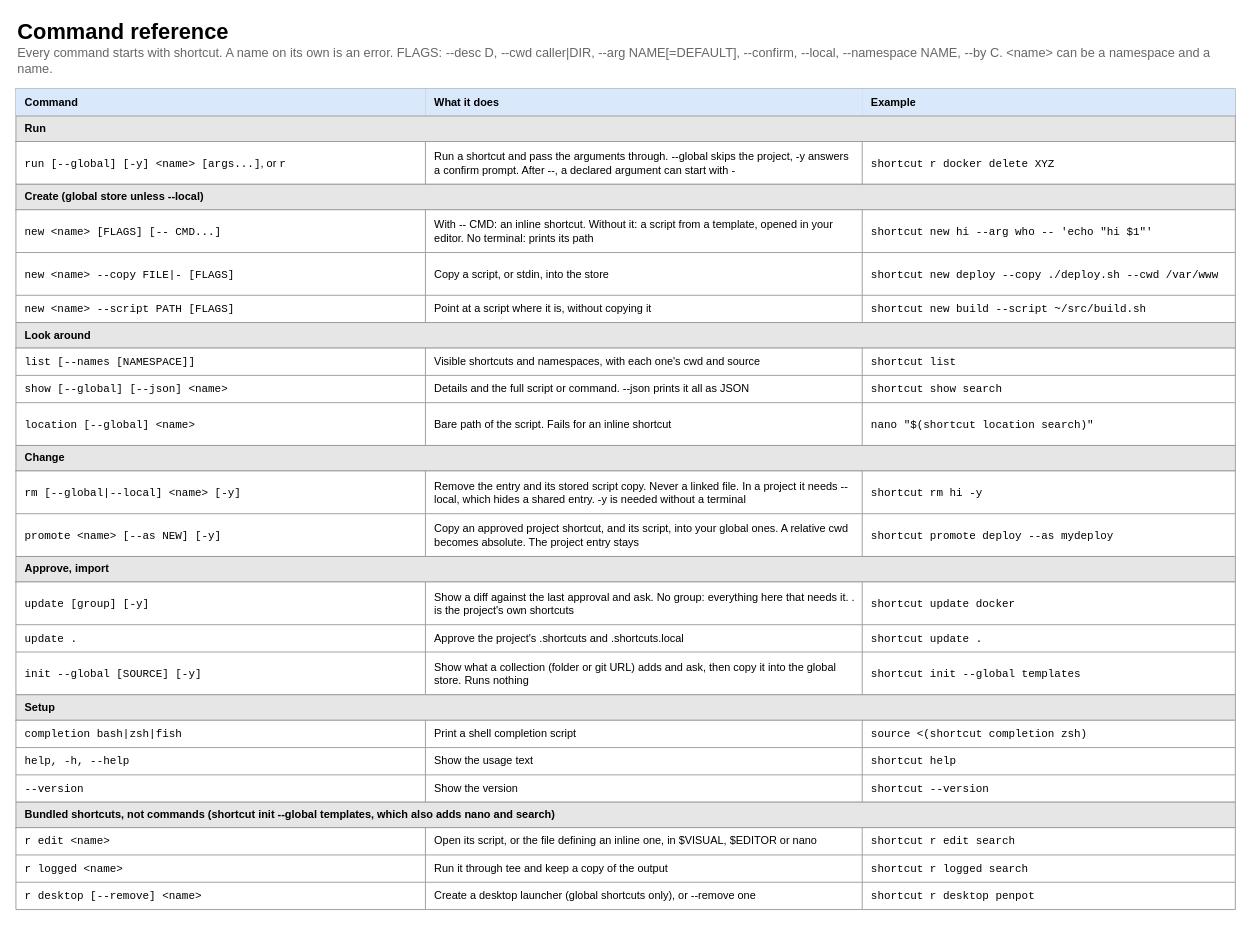
Earlier version of the draw.io diagram page "4 Commands" (4 of 5) of docs/shortcut-overview.drawio (StanLukuvka/Shortcut). Source tidied: cells renumbered, new cells numbered last; positions are measured from the earlier drawing's top-left corner, leaving out a move shared by most shapes. Both pictures are drawn from the tidied source at 91%, with x=0, y=0 at pixel (15, 15).
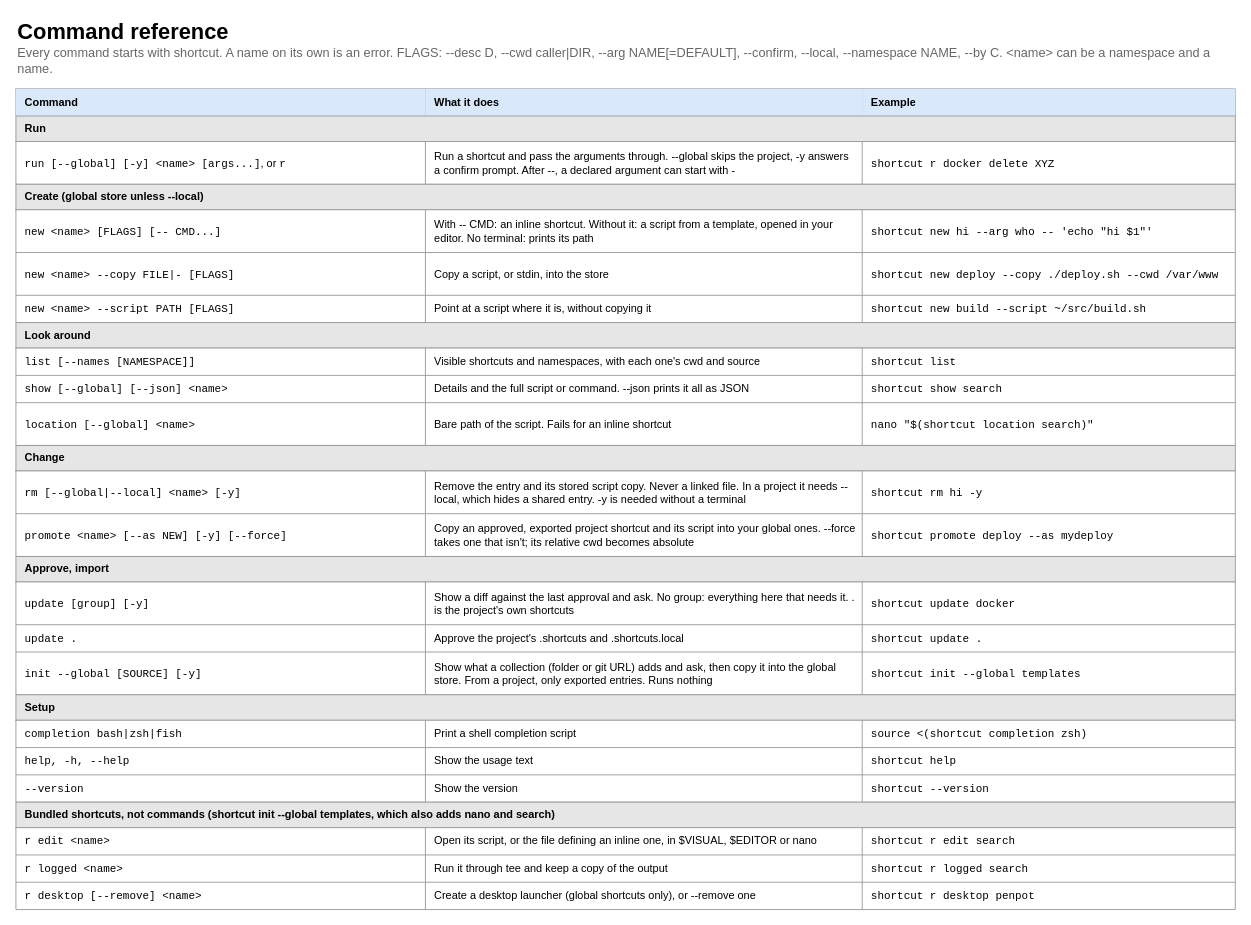
The same diagram, later.

Commit message (it also covers changes not shown here):
Add export to project entries, and use it in init and promote

The change refers to these unchanged cells:
```xml
<mxCell id="49" style="shape=tableRow;horizontal=0;startSize=0;swimlaneHead=0;swimlaneBody=0;strokeColor=inherit;top=0;left=0;bottom=0;right=0;fillColor=none;html=1;" parent="44" vertex="1">
  <mxGeometry y="47" width="1340" height="47" as="geometry" />
</mxCell>
<mxCell id="63" style="shape=tableRow;horizontal=0;startSize=0;swimlaneHead=0;swimlaneBody=0;strokeColor=inherit;top=0;left=0;bottom=0;right=0;fillColor=none;html=1;" parent="54" vertex="1">
  <mxGeometry y="77" width="1340" height="47" as="geometry" />
</mxCell>
```

Change to the diagram source:
```diff
@@
-    <mxCell id="50" value="&lt;font face=&quot;monospace&quot;&gt;promote &amp;lt;name&amp;gt; [--as NEW] [-y]&lt;/font&gt;" style="shape=partialRectangle;html=1;whiteSpace=wrap;strokeColor=inherit;overflow=hidden;fillColor=none;top=0;left=0;bottom=0;right=0;align=left;verticalAlign=middle;spacingLeft=8;spacingRight=6;fontSize=12;" parent="49" vertex="1">
+    <mxCell id="50" value="&lt;font face=&quot;monospace&quot;&gt;promote &amp;lt;name&amp;gt; [--as NEW] [-y] [--force]&lt;/font&gt;" style="shape=partialRectangle;html=1;whiteSpace=wrap;strokeColor=inherit;overflow=hidden;fillColor=none;top=0;left=0;bottom=0;right=0;align=left;verticalAlign=middle;spacingLeft=8;spacingRight=6;fontSize=12;" parent="49" vertex="1">
       <mxGeometry width="450" height="47" as="geometry" />
     </mxCell>
-    <mxCell id="51" value="Copy an approved project shortcut, and its script, into your global ones. A relative cwd becomes absolute. The project entry stays" style="shape=partialRectangle;html=1;whiteSpace=wrap;strokeColor=inherit;overflow=hidden;fillColor=none;top=0;left=0;bottom=0;right=0;align=left;verticalAlign=middle;spacingLeft=8;spacingRight=6;fontSize=12;" parent="49" vertex="1">
+    <mxCell id="51" value="Copy an approved, exported project shortcut and its script into your global ones. --force takes one that isn't; its relative cwd becomes absolute" style="shape=partialRectangle;html=1;whiteSpace=wrap;strokeColor=inherit;overflow=hidden;fillColor=none;top=0;left=0;bottom=0;right=0;align=left;verticalAlign=middle;spacingLeft=8;spacingRight=6;fontSize=12;" parent="49" vertex="1">
       <mxGeometry x="450" width="480" height="47" as="geometry" />
     </mxCell>
@@
-    <mxCell id="65" value="Show what a collection (folder or git URL) adds and ask, then copy it into the global store. Runs nothing" style="shape=partialRectangle;html=1;whiteSpace=wrap;strokeColor=inherit;overflow=hidden;fillColor=none;top=0;left=0;bottom=0;right=0;align=left;verticalAlign=middle;spacingLeft=8;spacingRight=6;fontSize=12;" parent="63" vertex="1">
+    <mxCell id="65" value="Show what a collection (folder or git URL) adds and ask, then copy it into the global store. From a project, only exported entries. Runs nothing" style="shape=partialRectangle;html=1;whiteSpace=wrap;strokeColor=inherit;overflow=hidden;fillColor=none;top=0;left=0;bottom=0;right=0;align=left;verticalAlign=middle;spacingLeft=8;spacingRight=6;fontSize=12;" parent="63" vertex="1">
       <mxGeometry x="450" width="480" height="47" as="geometry" />
     </mxCell>
```
